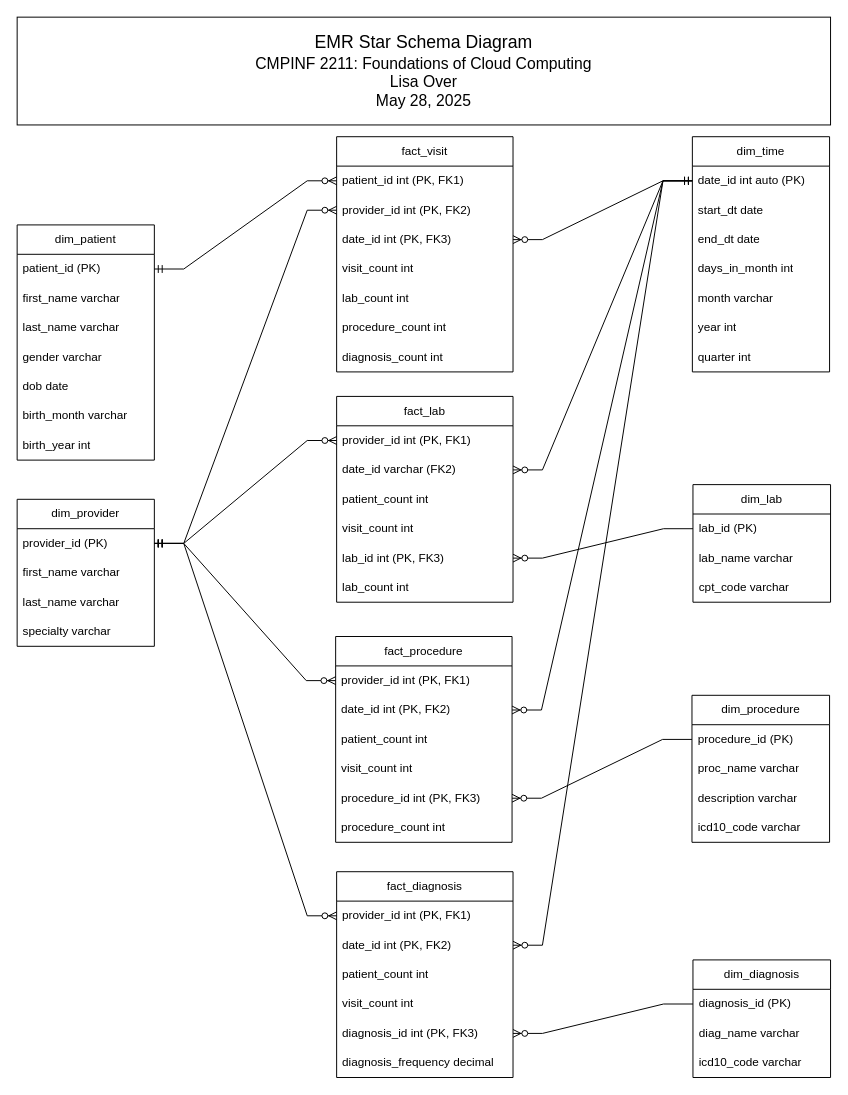
The draw.io diagram EMR_Star_Schema/schema_diagram.drawio in sandbox-lisa/drawio, before the edit. Source tidied: cells renumbered, new cells numbered last; positions are measured from the earlier drawing's top-left corner, leaving out a move shared by most shapes. Both pictures are drawn from the tidied source at 98%, with x=0, y=0 at pixel (17, 17).
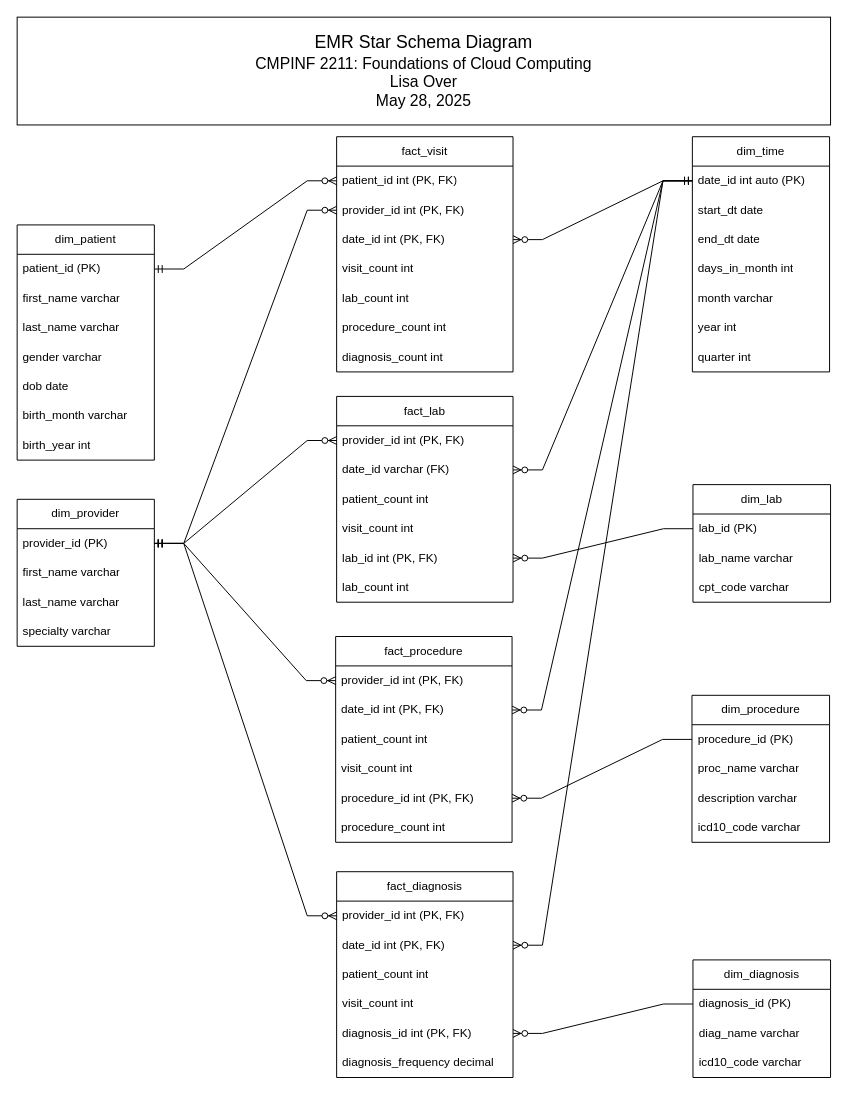
The same diagram, later.

The change refers to these unchanged cells:
```xml
<mxCell id="2" value="fact_visit" style="swimlane;fontStyle=0;horizontal=1;startSize=30;whiteSpace=wrap;html=1;" parent="1" vertex="1">
  <mxGeometry x="326" y="122" width="180" height="240" as="geometry" />
</mxCell>
<mxCell id="36" value="fact_lab" style="swimlane;fontStyle=0;horizontal=1;startSize=30;whiteSpace=wrap;html=1;" parent="1" vertex="1">
  <mxGeometry x="326" y="387" width="180" height="210" as="geometry" />
</mxCell>
<mxCell id="55" value="fact_procedure" style="swimlane;fontStyle=0;horizontal=1;startSize=30;whiteSpace=wrap;html=1;" parent="1" vertex="1">
  <mxGeometry x="325" y="632" width="180" height="210" as="geometry" />
</mxCell>
<mxCell id="62" value="fact_diagnosis" style="swimlane;fontStyle=0;horizontal=1;startSize=30;whiteSpace=wrap;html=1;" parent="1" vertex="1">
  <mxGeometry x="326" y="872" width="180" height="210" as="geometry" />
</mxCell>
```

The edit, as a diff of the source:
```diff
@@
-    <mxCell id="3" value="patient_id int (PK, FK1)" style="text;strokeColor=none;fillColor=none;align=left;verticalAlign=middle;spacingLeft=4;spacingRight=4;overflow=hidden;points=[[0,0.5],[1,0.5]];portConstraint=eastwest;whiteSpace=wrap;html=1;" parent="2" vertex="1">
+    <mxCell id="3" value="patient_id int (PK, FK)" style="text;strokeColor=none;fillColor=none;align=left;verticalAlign=middle;spacingLeft=4;spacingRight=4;overflow=hidden;points=[[0,0.5],[1,0.5]];portConstraint=eastwest;whiteSpace=wrap;html=1;" parent="2" vertex="1">
       <mxGeometry y="30" width="180" height="30" as="geometry" />
     </mxCell>
-    <mxCell id="4" value="provider_id int (PK, FK2)" style="text;strokeColor=none;fillColor=none;align=left;verticalAlign=middle;spacingLeft=4;spacingRight=4;overflow=hidden;points=[[0,0.5],[1,0.5]];portConstraint=eastwest;whiteSpace=wrap;html=1;" parent="2" vertex="1">
+    <mxCell id="4" value="provider_id int (PK, FK)" style="text;strokeColor=none;fillColor=none;align=left;verticalAlign=middle;spacingLeft=4;spacingRight=4;overflow=hidden;points=[[0,0.5],[1,0.5]];portConstraint=eastwest;whiteSpace=wrap;html=1;" parent="2" vertex="1">
       <mxGeometry y="60" width="180" height="30" as="geometry" />
     </mxCell>
-    <mxCell id="5" value="date_id int (PK, FK3)" style="text;strokeColor=none;fillColor=none;align=left;verticalAlign=middle;spacingLeft=4;spacingRight=4;overflow=hidden;points=[[0,0.5],[1,0.5]];portConstraint=eastwest;whiteSpace=wrap;html=1;" parent="2" vertex="1">
+    <mxCell id="5" value="date_id int (PK, FK)" style="text;strokeColor=none;fillColor=none;align=left;verticalAlign=middle;spacingLeft=4;spacingRight=4;overflow=hidden;points=[[0,0.5],[1,0.5]];portConstraint=eastwest;whiteSpace=wrap;html=1;" parent="2" vertex="1">
       <mxGeometry y="90" width="180" height="30" as="geometry" />
     </mxCell>
@@
-    <mxCell id="37" value="provider_id int (PK, FK1)" style="text;strokeColor=none;fillColor=none;align=left;verticalAlign=middle;spacingLeft=4;spacingRight=4;overflow=hidden;points=[[0,0.5],[1,0.5]];portConstraint=eastwest;whiteSpace=wrap;html=1;" parent="36" vertex="1">
+    <mxCell id="37" value="provider_id int (PK, FK)" style="text;strokeColor=none;fillColor=none;align=left;verticalAlign=middle;spacingLeft=4;spacingRight=4;overflow=hidden;points=[[0,0.5],[1,0.5]];portConstraint=eastwest;whiteSpace=wrap;html=1;" parent="36" vertex="1">
       <mxGeometry y="30" width="180" height="30" as="geometry" />
     </mxCell>
-    <mxCell id="38" value="date_id varchar (FK2)" style="text;strokeColor=none;fillColor=none;align=left;verticalAlign=middle;spacingLeft=4;spacingRight=4;overflow=hidden;points=[[0,0.5],[1,0.5]];portConstraint=eastwest;whiteSpace=wrap;html=1;" parent="36" vertex="1">
+    <mxCell id="38" value="date_id varchar (FK)" style="text;strokeColor=none;fillColor=none;align=left;verticalAlign=middle;spacingLeft=4;spacingRight=4;overflow=hidden;points=[[0,0.5],[1,0.5]];portConstraint=eastwest;whiteSpace=wrap;html=1;" parent="36" vertex="1">
       <mxGeometry y="60" width="180" height="30" as="geometry" />
     </mxCell>
@@
-    <mxCell id="41" value="lab_id int (PK,&amp;nbsp;FK3)" style="text;strokeColor=none;fillColor=none;align=left;verticalAlign=middle;spacingLeft=4;spacingRight=4;overflow=hidden;points=[[0,0.5],[1,0.5]];portConstraint=eastwest;whiteSpace=wrap;html=1;" parent="36" vertex="1">
+    <mxCell id="41" value="lab_id int (PK,&amp;nbsp;FK)" style="text;strokeColor=none;fillColor=none;align=left;verticalAlign=middle;spacingLeft=4;spacingRight=4;overflow=hidden;points=[[0,0.5],[1,0.5]];portConstraint=eastwest;whiteSpace=wrap;html=1;" parent="36" vertex="1">
       <mxGeometry y="150" width="180" height="30" as="geometry" />
     </mxCell>
@@
-    <mxCell id="56" value="provider_id int (PK, FK1)" style="text;strokeColor=none;fillColor=none;align=left;verticalAlign=middle;spacingLeft=4;spacingRight=4;overflow=hidden;points=[[0,0.5],[1,0.5]];portConstraint=eastwest;whiteSpace=wrap;html=1;" parent="55" vertex="1">
+    <mxCell id="56" value="provider_id int (PK, FK)" style="text;strokeColor=none;fillColor=none;align=left;verticalAlign=middle;spacingLeft=4;spacingRight=4;overflow=hidden;points=[[0,0.5],[1,0.5]];portConstraint=eastwest;whiteSpace=wrap;html=1;" parent="55" vertex="1">
       <mxGeometry y="30" width="180" height="30" as="geometry" />
     </mxCell>
-    <mxCell id="57" value="date_id int (PK,&amp;nbsp;FK2)" style="text;strokeColor=none;fillColor=none;align=left;verticalAlign=middle;spacingLeft=4;spacingRight=4;overflow=hidden;points=[[0,0.5],[1,0.5]];portConstraint=eastwest;whiteSpace=wrap;html=1;" parent="55" vertex="1">
+    <mxCell id="57" value="date_id int (PK,&amp;nbsp;FK)" style="text;strokeColor=none;fillColor=none;align=left;verticalAlign=middle;spacingLeft=4;spacingRight=4;overflow=hidden;points=[[0,0.5],[1,0.5]];portConstraint=eastwest;whiteSpace=wrap;html=1;" parent="55" vertex="1">
       <mxGeometry y="60" width="180" height="30" as="geometry" />
     </mxCell>
@@
-    <mxCell id="60" value="procedure_id int (PK,&amp;nbsp;FK3)" style="text;strokeColor=none;fillColor=none;align=left;verticalAlign=middle;spacingLeft=4;spacingRight=4;overflow=hidden;points=[[0,0.5],[1,0.5]];portConstraint=eastwest;whiteSpace=wrap;html=1;" parent="55" vertex="1">
+    <mxCell id="60" value="procedure_id int (PK,&amp;nbsp;FK)" style="text;strokeColor=none;fillColor=none;align=left;verticalAlign=middle;spacingLeft=4;spacingRight=4;overflow=hidden;points=[[0,0.5],[1,0.5]];portConstraint=eastwest;whiteSpace=wrap;html=1;" parent="55" vertex="1">
       <mxGeometry y="150" width="180" height="30" as="geometry" />
     </mxCell>
@@
-    <mxCell id="63" value="provider_id int (PK, FK1)" style="text;strokeColor=none;fillColor=none;align=left;verticalAlign=middle;spacingLeft=4;spacingRight=4;overflow=hidden;points=[[0,0.5],[1,0.5]];portConstraint=eastwest;whiteSpace=wrap;html=1;" parent="62" vertex="1">
+    <mxCell id="63" value="provider_id int (PK, FK)" style="text;strokeColor=none;fillColor=none;align=left;verticalAlign=middle;spacingLeft=4;spacingRight=4;overflow=hidden;points=[[0,0.5],[1,0.5]];portConstraint=eastwest;whiteSpace=wrap;html=1;" parent="62" vertex="1">
       <mxGeometry y="30" width="180" height="30" as="geometry" />
     </mxCell>
-    <mxCell id="64" value="date_id int (PK,&amp;nbsp;FK2)" style="text;strokeColor=none;fillColor=none;align=left;verticalAlign=middle;spacingLeft=4;spacingRight=4;overflow=hidden;points=[[0,0.5],[1,0.5]];portConstraint=eastwest;whiteSpace=wrap;html=1;" parent="62" vertex="1">
+    <mxCell id="64" value="date_id int (PK,&amp;nbsp;FK)" style="text;strokeColor=none;fillColor=none;align=left;verticalAlign=middle;spacingLeft=4;spacingRight=4;overflow=hidden;points=[[0,0.5],[1,0.5]];portConstraint=eastwest;whiteSpace=wrap;html=1;" parent="62" vertex="1">
       <mxGeometry y="60" width="180" height="30" as="geometry" />
     </mxCell>
@@
-    <mxCell id="67" value="diagnosis_id int (PK,&amp;nbsp;FK3)" style="text;strokeColor=none;fillColor=none;align=left;verticalAlign=middle;spacingLeft=4;spacingRight=4;overflow=hidden;points=[[0,0.5],[1,0.5]];portConstraint=eastwest;whiteSpace=wrap;html=1;" parent="62" vertex="1">
+    <mxCell id="67" value="diagnosis_id int (PK,&amp;nbsp;FK)" style="text;strokeColor=none;fillColor=none;align=left;verticalAlign=middle;spacingLeft=4;spacingRight=4;overflow=hidden;points=[[0,0.5],[1,0.5]];portConstraint=eastwest;whiteSpace=wrap;html=1;" parent="62" vertex="1">
       <mxGeometry y="150" width="180" height="30" as="geometry" />
     </mxCell>
```
